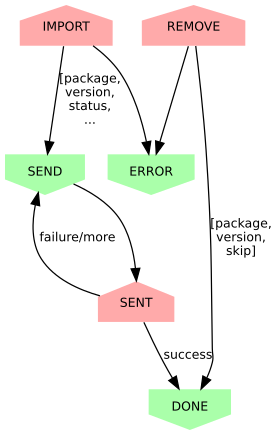
Before: docs/images/import_protocol.png, a diagram exported from Graphviz (piwheels/piwheels). Its source is kept beside it as docs/images/import_protocol.dot.
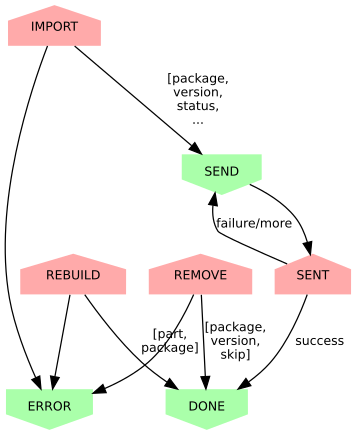
The same file after the commit.

Commit message:
Add protocol docs for piw-rebuild

What changed in the source:
```diff
@@ -3,6 +3,7 @@
     node [shape=house, fontname=Sans, fontsize=10, style=filled, fillcolor="#ffaaaa", penwidth=0];
     IMPORT;
     REMOVE;
+    REBUILD;
     SENT;
 
     /* Received messages */
@@ -20,4 +21,6 @@
     SENT->SEND [label="failure/more"];
     REMOVE->DONE [label="[package,\nversion,\nskip]"];
     REMOVE->ERROR;
+    REBUILD->DONE [label="[part,\npackage]"];
+    REBUILD->ERROR;
 }
```
